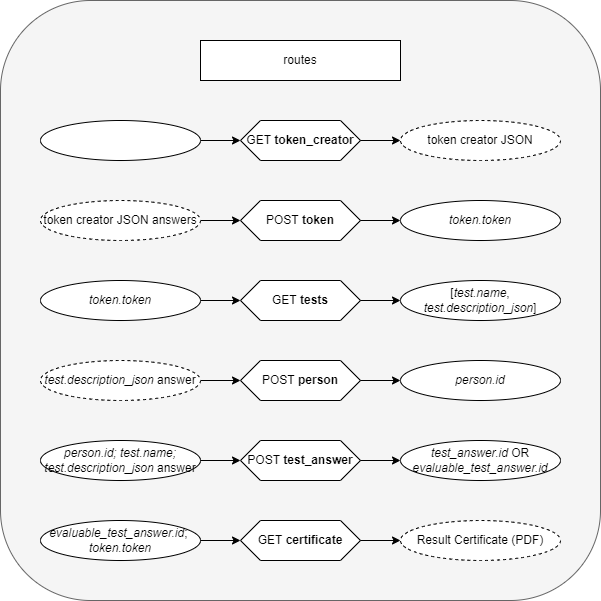
The draw.io diagram doc/diagrams/routes.png in Niwo1403/test-system, before a commit. Source tidied: cells renumbered, new cells last; positions are measured from the earlier drawing's top-left corner, leaving out a move shared by most shapes.
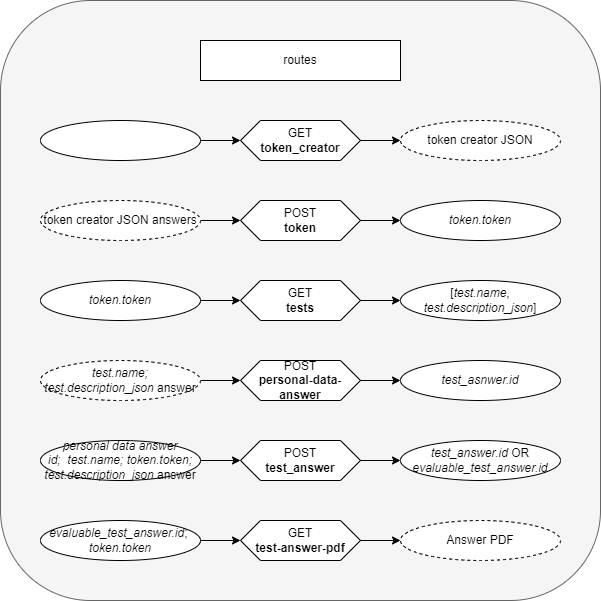
After the commit.

Commit message:
Adjusted diagrams to last refactorings.

Change to the diagram source:
```diff
@@ -5,7 +5,7 @@
     <mxCell id="2" style="rounded=1;whiteSpace=wrap;html=1;fillColor=#f5f5f5;fontColor=#333333;strokeColor=#666666;" parent="1" vertex="1">
       <mxGeometry width="600" height="600" as="geometry" />
     </mxCell>
-    <mxCell id="3" value="GET &lt;b&gt;token_creator&lt;/b&gt;" style="shape=hexagon;perimeter=hexagonPerimeter2;whiteSpace=wrap;html=1;fixedSize=1;size=20;" parent="1" vertex="1">
+    <mxCell id="3" value="GET&lt;br&gt;&lt;b&gt;token_creator&lt;/b&gt;" style="shape=hexagon;perimeter=hexagonPerimeter2;whiteSpace=wrap;html=1;fixedSize=1;size=20;" parent="1" vertex="1">
       <mxGeometry x="240" y="120" width="120" height="40" as="geometry" />
     </mxCell>
     <mxCell id="4" style="edgeStyle=orthogonalEdgeStyle;rounded=0;jettySize=auto;html=1;" parent="1" edge="1" source="5" target="3">
@@ -20,7 +20,7 @@
     <mxCell id="7" style="edgeStyle=orthogonalEdgeStyle;rounded=0;jettySize=auto;html=1;entryX=0;entryY=0.5;entryDx=0;entryDy=0;" parent="1" edge="1" source="3" target="6">
       <mxGeometry relative="1" as="geometry" />
     </mxCell>
-    <mxCell id="8" value="POST &lt;b&gt;token&lt;/b&gt;" style="shape=hexagon;perimeter=hexagonPerimeter2;whiteSpace=wrap;html=1;fixedSize=1;size=20;" parent="1" vertex="1">
+    <mxCell id="8" value="POST&lt;br&gt;&lt;b&gt;token&lt;/b&gt;" style="shape=hexagon;perimeter=hexagonPerimeter2;whiteSpace=wrap;html=1;fixedSize=1;size=20;" parent="1" vertex="1">
       <mxGeometry x="240" y="200" width="120" height="40" as="geometry" />
     </mxCell>
     <mxCell id="9" style="edgeStyle=orthogonalEdgeStyle;rounded=0;jettySize=auto;html=1;" parent="1" edge="1" source="10" target="8">
@@ -35,10 +35,10 @@
     <mxCell id="12" style="edgeStyle=orthogonalEdgeStyle;rounded=0;jettySize=auto;html=1;" parent="1" edge="1" source="8" target="11">
       <mxGeometry relative="1" as="geometry" />
     </mxCell>
-    <mxCell id="13" value="GET &lt;b&gt;tests&lt;/b&gt;" style="shape=hexagon;perimeter=hexagonPerimeter2;whiteSpace=wrap;html=1;fixedSize=1;size=20;" parent="1" vertex="1">
+    <mxCell id="13" value="GET&lt;br&gt;&lt;b&gt;tests&lt;/b&gt;" style="shape=hexagon;perimeter=hexagonPerimeter2;whiteSpace=wrap;html=1;fixedSize=1;size=20;" parent="1" vertex="1">
       <mxGeometry x="240" y="280" width="120" height="40" as="geometry" />
     </mxCell>
-    <mxCell id="14" value="POST &lt;b&gt;test_answer&lt;/b&gt;" style="shape=hexagon;perimeter=hexagonPerimeter2;whiteSpace=wrap;html=1;fixedSize=1;size=20;" parent="1" vertex="1">
+    <mxCell id="14" value="POST&lt;br&gt;&lt;b&gt;test_answer&lt;/b&gt;" style="shape=hexagon;perimeter=hexagonPerimeter2;whiteSpace=wrap;html=1;fixedSize=1;size=20;" parent="1" vertex="1">
       <mxGeometry x="240" y="440" width="120" height="40" as="geometry" />
     </mxCell>
     <mxCell id="15" style="edgeStyle=orthogonalEdgeStyle;rounded=0;jettySize=auto;html=1;" parent="1" edge="1" source="16" target="13">
@@ -56,10 +56,10 @@
     <mxCell id="19" style="edgeStyle=orthogonalEdgeStyle;rounded=0;jettySize=auto;html=1;" parent="1" edge="1" source="20" target="14">
       <mxGeometry relative="1" as="geometry" />
     </mxCell>
-    <mxCell id="20" value="&lt;i&gt;person.id;&lt;/i&gt;&amp;nbsp;&lt;i&gt;test.name;&lt;/i&gt;&lt;br&gt;&lt;i&gt;test.description_json&lt;/i&gt; answer" style="ellipse;whiteSpace=wrap;html=1;" parent="1" vertex="1">
+    <mxCell id="20" value="&lt;i&gt;personal data answer id;&lt;/i&gt;&amp;nbsp;&amp;nbsp;&lt;i&gt;test.name; token.token;&lt;/i&gt;&lt;br&gt;&lt;i&gt;test.description_json&lt;/i&gt; answer" style="ellipse;whiteSpace=wrap;html=1;" parent="1" vertex="1">
       <mxGeometry x="40" y="440" width="160" height="40" as="geometry" />
     </mxCell>
-    <mxCell id="21" value="GET &lt;b&gt;certificate&lt;/b&gt;" style="shape=hexagon;perimeter=hexagonPerimeter2;whiteSpace=wrap;html=1;fixedSize=1;size=20;" parent="1" vertex="1">
+    <mxCell id="21" value="GET&lt;br&gt;&lt;b&gt;test-answer-pdf&lt;/b&gt;" style="shape=hexagon;perimeter=hexagonPerimeter2;whiteSpace=wrap;html=1;fixedSize=1;size=20;" parent="1" vertex="1">
       <mxGeometry x="240" y="520" width="120" height="40" as="geometry" />
     </mxCell>
     <mxCell id="22" value="&lt;i&gt;test_answer.id&lt;/i&gt; OR &lt;i&gt;evaluable_test_answer.id&lt;/i&gt;" style="ellipse;whiteSpace=wrap;html=1;" parent="1" vertex="1">
@@ -74,7 +74,7 @@
     <mxCell id="25" value="&lt;i&gt;evaluable_test_answer.id&lt;/i&gt;; &lt;br&gt;&lt;i&gt;token.token&lt;/i&gt;" style="ellipse;whiteSpace=wrap;html=1;" parent="1" vertex="1">
       <mxGeometry x="40" y="520" width="160" height="40" as="geometry" />
     </mxCell>
-    <mxCell id="26" value="Result Certificate (PDF)" style="ellipse;whiteSpace=wrap;html=1;align=center;dashed=1;" parent="1" vertex="1">
+    <mxCell id="26" value="Answer PDF" style="ellipse;whiteSpace=wrap;html=1;align=center;dashed=1;" parent="1" vertex="1">
       <mxGeometry x="400" y="520" width="160" height="40" as="geometry" />
     </mxCell>
     <mxCell id="27" style="edgeStyle=orthogonalEdgeStyle;rounded=0;jettySize=auto;html=1;entryX=0;entryY=0.5;entryDx=0;entryDy=0;" parent="1" edge="1" source="21" target="26">
@@ -83,16 +83,16 @@
     <mxCell id="28" value="routes" style="rounded=0;whiteSpace=wrap;html=1;" parent="1" vertex="1">
       <mxGeometry x="200" y="40" width="200" height="40" as="geometry" />
     </mxCell>
-    <mxCell id="29" value="POST &lt;b&gt;person&lt;/b&gt;" style="shape=hexagon;perimeter=hexagonPerimeter2;whiteSpace=wrap;html=1;fixedSize=1;size=20;" parent="1" vertex="1">
+    <mxCell id="29" value="POST&lt;br&gt;&lt;b&gt;personal-data-answer&lt;/b&gt;" style="shape=hexagon;perimeter=hexagonPerimeter2;whiteSpace=wrap;html=1;fixedSize=1;size=20;" parent="1" vertex="1">
       <mxGeometry x="240" y="360" width="120" height="40" as="geometry" />
     </mxCell>
     <mxCell id="30" style="edgeStyle=orthogonalEdgeStyle;rounded=0;jettySize=auto;html=1;" parent="1" edge="1" source="31" target="29">
       <mxGeometry relative="1" as="geometry" />
     </mxCell>
-    <mxCell id="31" value="&lt;i&gt;test.description_json&lt;/i&gt; answer" style="ellipse;whiteSpace=wrap;html=1;dashed=1;" parent="1" vertex="1">
+    <mxCell id="31" value="&lt;i&gt;test.name; test.description_json&lt;/i&gt; answer" style="ellipse;whiteSpace=wrap;html=1;dashed=1;" parent="1" vertex="1">
       <mxGeometry x="40" y="360" width="160" height="40" as="geometry" />
     </mxCell>
-    <mxCell id="32" value="&lt;i&gt;person.id&lt;/i&gt;" style="ellipse;whiteSpace=wrap;html=1;" parent="1" vertex="1">
+    <mxCell id="32" value="&lt;i&gt;test_asnwer.id&lt;/i&gt;" style="ellipse;whiteSpace=wrap;html=1;" parent="1" vertex="1">
       <mxGeometry x="400" y="360" width="160" height="40" as="geometry" />
     </mxCell>
     <mxCell id="33" style="edgeStyle=orthogonalEdgeStyle;rounded=0;jettySize=auto;html=1;" parent="1" edge="1" source="29" target="32">
```
